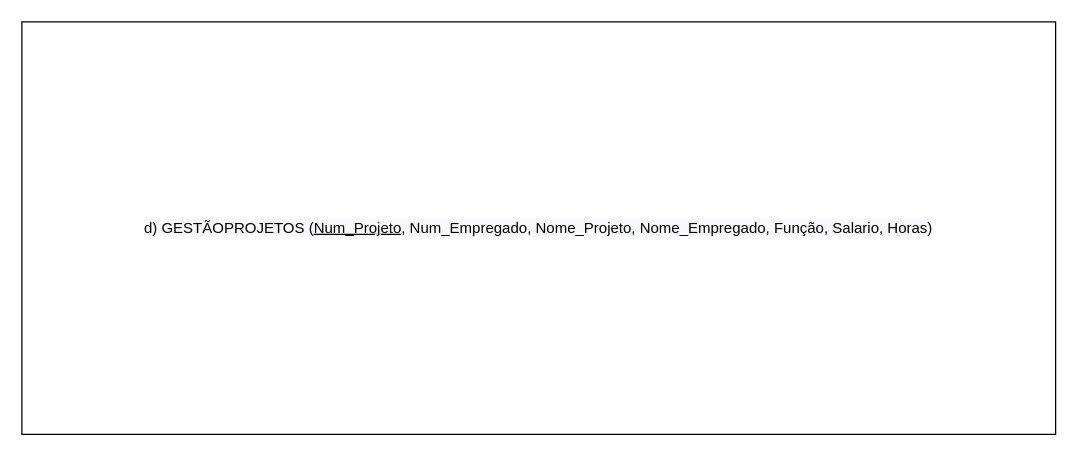
The draw.io diagram page "Ex1d" (4 of 9) of Lista8_06-06/Lista 8.drawio in andreeeeeeeee/Engenharia_Software, before the edit. Source tidied: cells renumbered, new cells numbered last; positions are measured from the earlier drawing's top-left corner, leaving out a move shared by most shapes. Both pictures are drawn from the tidied source at 125%, with x=0, y=0 at pixel (21, 21).
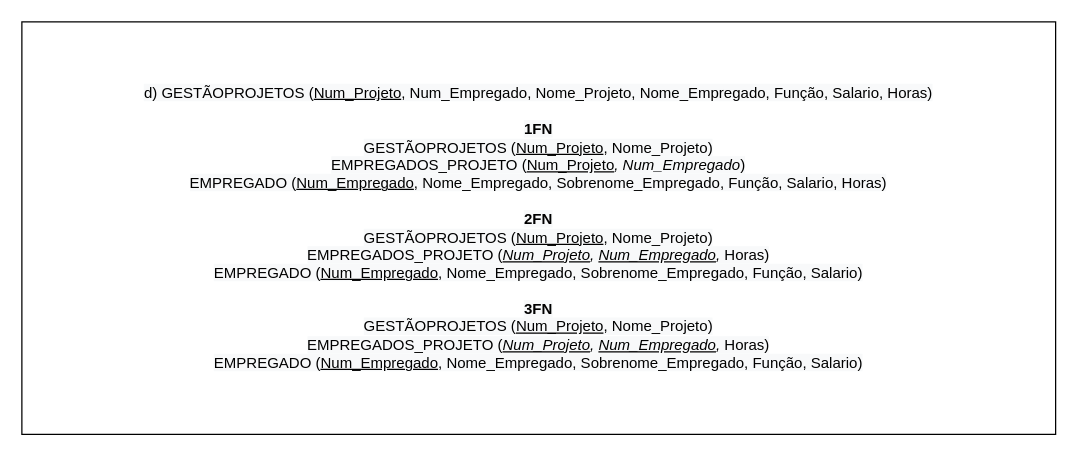
The same diagram, later.

Change to the diagram source:
```diff
@@
 <mxGraphModel>
   <root>
     <mxCell id="0" />
     <mxCell id="1" parent="0" />
-    <mxCell id="2" value="&lt;span style=&quot;color: rgb(0, 0, 0); font-family: Helvetica; font-size: 12px; font-style: normal; font-variant-ligatures: normal; font-variant-caps: normal; font-weight: 400; letter-spacing: normal; orphans: 2; text-align: center; text-indent: 0px; text-transform: none; widows: 2; word-spacing: 0px; -webkit-text-stroke-width: 0px; background-color: rgb(248, 249, 250); text-decoration-thickness: initial; text-decoration-style: initial; text-decoration-color: initial; float: none; display: inline !important;&quot;&gt;d) GESTÃOPROJETOS (&lt;u&gt;Num_Projeto&lt;/u&gt;, Num_Empregado, Nome_Projeto, Nome_Empregado, Função, Salario, Horas)&lt;/span&gt;" style="rounded=0;whiteSpace=wrap;html=1;" parent="1" vertex="1">
+    <mxCell id="2" value="&lt;span style=&quot;color: rgb(0, 0, 0); font-family: Helvetica; font-size: 12px; font-variant-ligatures: normal; font-variant-caps: normal; letter-spacing: normal; orphans: 2; text-align: center; text-indent: 0px; text-transform: none; widows: 2; word-spacing: 0px; -webkit-text-stroke-width: 0px; background-color: rgb(248, 249, 250); text-decoration-thickness: initial; text-decoration-style: initial; text-decoration-color: initial; float: none; display: inline !important;&quot;&gt;d) GESTÃOPROJETOS (&lt;u style=&quot;font-style: normal; font-weight: 400;&quot;&gt;Num_Projeto&lt;/u&gt;, Num_Empregado, Nome_Projeto, Nome_Empregado, Função, Salario, Horas)&lt;br&gt;&lt;br&gt;&lt;b style=&quot;font-style: normal;&quot;&gt;1FN&lt;br&gt;&lt;/b&gt;GESTÃOPROJETOS (&lt;u style=&quot;font-style: normal;&quot;&gt;Num_Projeto&lt;/u&gt;, Nome_Projeto)&lt;br&gt;EMPREGADOS_PROJETO (&lt;u&gt;Num_Projeto&lt;/u&gt;&lt;i style=&quot;&quot;&gt;,&lt;/i&gt;&amp;nbsp;&lt;i&gt;Num_Empregado&lt;/i&gt;)&lt;br&gt;EMPREGADO (&lt;u&gt;Num_Empregado&lt;/u&gt;, Nome_Empregado, Sobrenome_Empregado, Função, Salario, Horas)&lt;br&gt;&lt;br&gt;&lt;b&gt;2FN&lt;br&gt;&lt;/b&gt;GESTÃOPROJETOS (&lt;u&gt;Num_Projeto&lt;/u&gt;, Nome_Projeto)&lt;br&gt;EMPREGADOS_PROJETO (&lt;u&gt;&lt;i&gt;Num_Projeto&lt;/i&gt;&lt;/u&gt;&lt;i&gt;,&lt;/i&gt;&amp;nbsp;&lt;i&gt;&lt;u&gt;Num_Empregado&lt;/u&gt;,&amp;nbsp;&lt;/i&gt;Horas)&lt;br&gt;EMPREGADO (&lt;u&gt;Num_Empregado&lt;/u&gt;, Nome_Empregado, Sobrenome_Empregado, Função, Salario)&lt;br&gt;&lt;br&gt;&lt;b&gt;3FN&lt;br&gt;&lt;/b&gt;GESTÃOPROJETOS (&lt;u&gt;Num_Projeto&lt;/u&gt;, Nome_Projeto)&lt;br&gt;EMPREGADOS_PROJETO (&lt;u&gt;&lt;i&gt;Num_Projeto&lt;/i&gt;&lt;/u&gt;&lt;i&gt;,&lt;/i&gt;&amp;nbsp;&lt;i&gt;&lt;u&gt;Num_Empregado&lt;/u&gt;,&amp;nbsp;&lt;/i&gt;Horas)&lt;br&gt;EMPREGADO (&lt;u&gt;Num_Empregado&lt;/u&gt;, Nome_Empregado, Sobrenome_Empregado, Função, Salario)&lt;br&gt;&lt;/span&gt;" style="rounded=0;whiteSpace=wrap;html=1;" parent="1" vertex="1">
       <mxGeometry width="827" height="330" as="geometry" />
     </mxCell>
   </root>
 </mxGraphModel>
```
